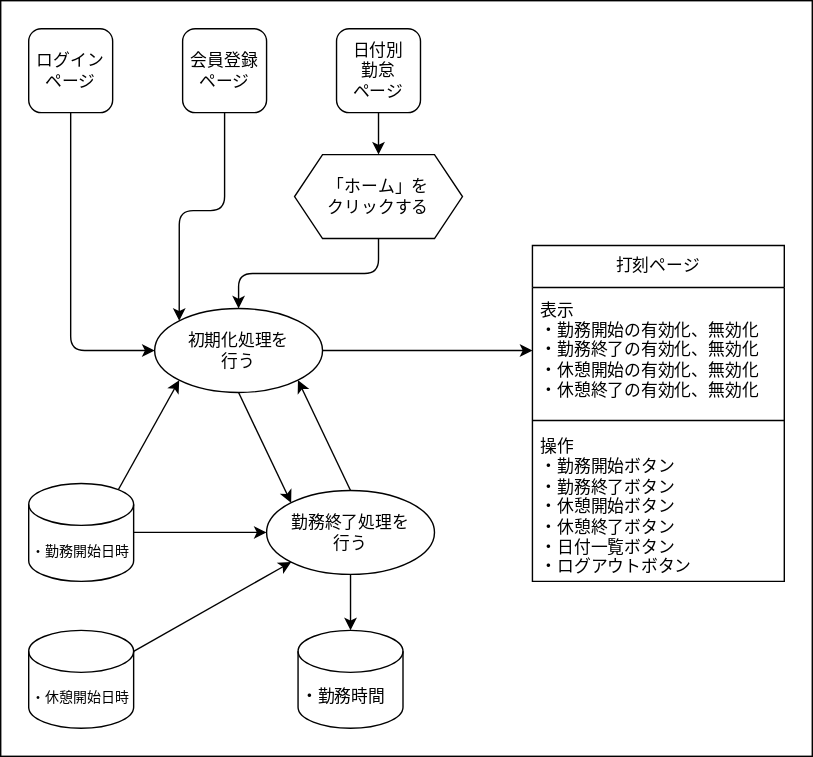
This is doc/画面遷移図/打刻ページ/打刻ページ.drawio.svg from ryamao/atte, a draw.io export, as it was before one commit. Source tidied: cells renumbered, new cells last; positions are measured from the earlier drawing's top-left corner, leaving out a move shared by most shapes.
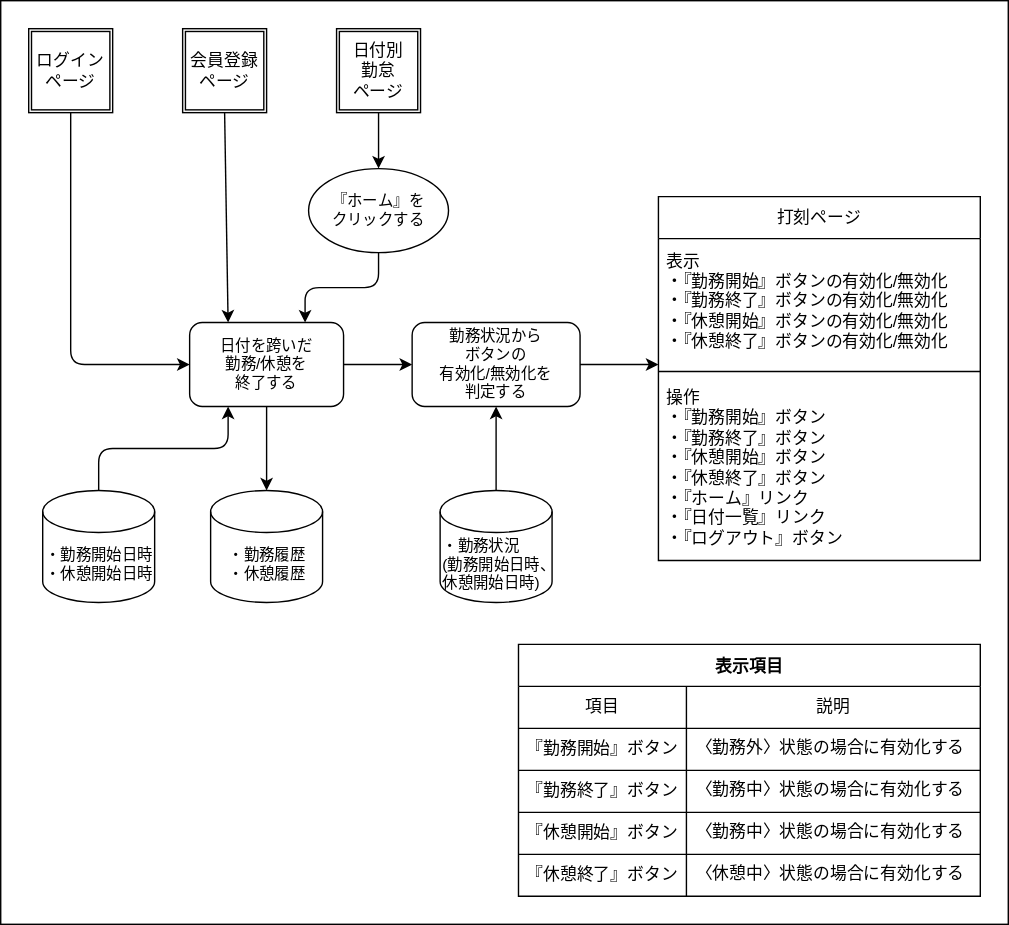
The same diagram one commit later.

Diff of the diagram source:
```diff
@@ -3,79 +3,121 @@
     <mxCell id="0" />
     <mxCell id="1" parent="0" />
     <mxCell id="2" style="rounded=0;whiteSpace=wrap;html=1;" parent="1" vertex="1">
-      <mxGeometry width="580" height="540" as="geometry" />
+      <mxGeometry width="720" height="660" as="geometry" />
     </mxCell>
-    <mxCell id="3" style="edgeStyle=none;html=1;exitX=0.5;exitY=1;exitDx=0;exitDy=0;entryX=0.5;entryY=0;entryDx=0;entryDy=0;" parent="1" edge="1" source="4" target="6">
+    <mxCell id="3" style="edgeStyle=none;html=1;exitX=0.5;exitY=1;exitDx=0;exitDy=0;entryX=0.5;entryY=0;entryDx=0;entryDy=0;" parent="1" edge="1" source="4" target="28">
       <mxGeometry relative="1" as="geometry" />
     </mxCell>
-    <mxCell id="4" value="日付別&lt;br&gt;勤怠&lt;br&gt;ページ" style="rounded=1;whiteSpace=wrap;html=1;" parent="1" vertex="1">
-      <mxGeometry x="240" y="20" width="60" height="60" as="geometry" />
-    </mxCell>
-    <mxCell id="5" style="edgeStyle=orthogonalEdgeStyle;jumpStyle=none;html=1;exitX=0.5;exitY=1;exitDx=0;exitDy=0;" parent="1" edge="1" source="6" target="9">
+    <mxCell id="5" style="edgeStyle=orthogonalEdgeStyle;jumpStyle=none;html=1;exitX=0.5;exitY=1;exitDx=0;exitDy=0;entryX=0.75;entryY=0;entryDx=0;entryDy=0;" parent="1" edge="1" source="28" target="31">
       <mxGeometry relative="1" as="geometry" />
     </mxCell>
-    <mxCell id="6" value="「ホーム」を&lt;br&gt;クリックする" style="shape=hexagon;perimeter=hexagonPerimeter2;whiteSpace=wrap;html=1;fixedSize=1;strokeWidth=1;" parent="1" vertex="1">
-      <mxGeometry x="210" y="110" width="120" height="60" as="geometry" />
-    </mxCell>
-    <mxCell id="7" style="edgeStyle=none;html=1;exitX=0.5;exitY=1;exitDx=0;exitDy=0;entryX=0;entryY=0;entryDx=0;entryDy=0;" parent="1" edge="1" source="9" target="23">
-      <mxGeometry relative="1" as="geometry" />
-    </mxCell>
-    <mxCell id="8" style="edgeStyle=none;html=1;exitX=1;exitY=0.5;exitDx=0;exitDy=0;entryX=0;entryY=0.5;entryDx=0;entryDy=0;" parent="1" edge="1" source="9" target="11">
-      <mxGeometry relative="1" as="geometry" />
-    </mxCell>
-    <mxCell id="9" value="初期化処理を&lt;br&gt;行う" style="ellipse;whiteSpace=wrap;html=1;strokeWidth=1;" parent="1" vertex="1">
-      <mxGeometry x="110" y="220" width="120" height="60" as="geometry" />
-    </mxCell>
     <mxCell id="10" value="打刻ページ" style="swimlane;fontStyle=0;horizontal=1;startSize=30;whiteSpace=wrap;html=1;flipH=1;flipV=0;" parent="1" vertex="1">
-      <mxGeometry x="380" y="175" width="180" height="240" as="geometry" />
+      <mxGeometry x="470" y="140" width="230" height="260" as="geometry" />
     </mxCell>
-    <mxCell id="11" value="表示&lt;br&gt;・勤務開始の有効化、無効化&lt;br&gt;・勤務終了の有効化、無効化&lt;br&gt;・休憩開始の有効化、無効化&lt;br&gt;・休憩終了の有効化、無効化" style="text;strokeColor=none;fillColor=none;align=left;verticalAlign=middle;spacingLeft=4;spacingRight=4;overflow=hidden;points=[[0,0.5],[1,0.5]];portConstraint=eastwest;whiteSpace=wrap;html=1;strokeWidth=0;" parent="10" vertex="1">
-      <mxGeometry y="30" width="180" height="90" as="geometry" />
+    <mxCell id="11" value="表示&lt;br&gt;・『勤務開始』ボタンの有効化/無効化&lt;br&gt;・『勤務終了』ボタンの有効化/無効化&lt;br&gt;・『休憩開始』ボタンの有効化/無効化&lt;br&gt;・『休憩終了』ボタンの有効化/無効化" style="text;strokeColor=none;fillColor=none;align=left;verticalAlign=middle;spacingLeft=4;spacingRight=4;overflow=hidden;portConstraint=eastwest;whiteSpace=wrap;html=1;strokeWidth=0;" parent="10" vertex="1">
+      <mxGeometry y="30" width="230" height="90" as="geometry" />
     </mxCell>
     <mxCell id="12" style="line;strokeWidth=1;html=1;" parent="10" vertex="1">
-      <mxGeometry y="120" width="180" height="10" as="geometry" />
+      <mxGeometry y="120" width="230" height="10" as="geometry" />
     </mxCell>
-    <mxCell id="13" value="操作&lt;br&gt;・勤務開始ボタン&lt;br&gt;・勤務終了ボタン&lt;br&gt;・休憩開始ボタン&lt;br&gt;・休憩終了ボタン&lt;br&gt;・日付一覧ボタン&lt;br&gt;・ログアウトボタン" style="text;strokeColor=none;fillColor=none;align=left;verticalAlign=top;spacingLeft=4;spacingRight=4;overflow=hidden;whiteSpace=wrap;html=1;strokeWidth=1;" parent="10" vertex="1">
-      <mxGeometry y="130" width="180" height="110" as="geometry" />
+    <mxCell id="13" value="操作&lt;br&gt;・『勤務開始』ボタン&lt;br&gt;・『勤務終了』ボタン&lt;br&gt;・『休憩開始』ボタン&lt;br&gt;・『休憩終了』ボタン&lt;br&gt;・『ホーム』リンク&lt;br&gt;・『日付一覧』リンク&lt;br&gt;・『ログアウト』ボタン" style="text;strokeColor=none;fillColor=none;align=left;verticalAlign=top;spacingLeft=4;spacingRight=4;overflow=hidden;whiteSpace=wrap;html=1;strokeWidth=1;" parent="10" vertex="1">
+      <mxGeometry y="130" width="230" height="130" as="geometry" />
     </mxCell>
-    <mxCell id="14" style="edgeStyle=orthogonalEdgeStyle;html=1;exitX=0.5;exitY=1;exitDx=0;exitDy=0;entryX=0;entryY=0.5;entryDx=0;entryDy=0;jumpStyle=none;" parent="1" edge="1" source="15" target="9">
+    <mxCell id="14" style="edgeStyle=orthogonalEdgeStyle;html=1;exitX=0.5;exitY=1;exitDx=0;exitDy=0;entryX=0;entryY=0.5;entryDx=0;entryDy=0;jumpStyle=none;" parent="1" edge="1" source="15" target="31">
       <mxGeometry relative="1" as="geometry" />
     </mxCell>
+    <mxCell id="16" style="jumpStyle=none;html=1;exitX=0.5;exitY=1;exitDx=0;exitDy=0;entryX=0.25;entryY=0;entryDx=0;entryDy=0;" parent="1" edge="1" source="17" target="31">
+      <mxGeometry relative="1" as="geometry" />
+    </mxCell>
+    <mxCell id="18" style="jumpStyle=none;html=1;exitX=0.5;exitY=0;exitDx=0;exitDy=0;exitPerimeter=0;entryX=0.25;entryY=1;entryDx=0;entryDy=0;edgeStyle=orthogonalEdgeStyle;" parent="1" edge="1" source="20" target="31">
+      <mxGeometry relative="1" as="geometry" />
+    </mxCell>
+    <mxCell id="20" value="・勤務開始日時&lt;br&gt;・休憩開始日時" style="shape=cylinder3;html=1;boundedLbl=1;backgroundOutline=1;size=15;align=center;fontSize=11;" parent="1" vertex="1">
+      <mxGeometry x="30" y="350" width="80" height="80" as="geometry" />
+    </mxCell>
+    <mxCell id="24" value="・勤務履歴&lt;br&gt;・休憩履歴" style="shape=cylinder3;html=1;boundedLbl=1;backgroundOutline=1;size=15;align=center;fontSize=11;" parent="1" vertex="1">
+      <mxGeometry x="150" y="350" width="80" height="80" as="geometry" />
+    </mxCell>
+    <mxCell id="27" style="html=1;exitX=0.5;exitY=0;exitDx=0;exitDy=0;exitPerimeter=0;entryX=0.5;entryY=1;entryDx=0;entryDy=0;fontSize=11;" parent="1" edge="1" source="26" target="33">
+      <mxGeometry relative="1" as="geometry" />
+    </mxCell>
+    <mxCell id="26" value="・勤務状況&lt;br&gt;(勤務開始日時、&lt;br&gt;休憩開始日時)" style="shape=cylinder3;html=1;boundedLbl=1;backgroundOutline=1;size=15;align=left;fontSize=11;" parent="1" vertex="1">
+      <mxGeometry x="314" y="350" width="80" height="80" as="geometry" />
+    </mxCell>
+    <mxCell id="28" value="『ホーム』を&lt;br&gt;クリックする" style="ellipse;whiteSpace=wrap;html=1;fontSize=11;" parent="1" vertex="1">
+      <mxGeometry x="220" y="120" width="100" height="60" as="geometry" />
+    </mxCell>
+    <mxCell id="29" style="edgeStyle=none;html=1;exitX=1;exitY=0.5;exitDx=0;exitDy=0;entryX=0;entryY=0.5;entryDx=0;entryDy=0;fontSize=11;" parent="1" edge="1" source="31" target="33">
+      <mxGeometry relative="1" as="geometry" />
+    </mxCell>
+    <mxCell id="30" style="edgeStyle=none;html=1;exitX=0.5;exitY=1;exitDx=0;exitDy=0;entryX=0.5;entryY=0;entryDx=0;entryDy=0;entryPerimeter=0;fontSize=11;" parent="1" edge="1" source="31" target="24">
+      <mxGeometry relative="1" as="geometry" />
+    </mxCell>
+    <mxCell id="31" value="日付を跨いだ&lt;br&gt;勤務/休憩を&lt;br&gt;終了する" style="rounded=1;whiteSpace=wrap;html=1;fontSize=11;" parent="1" vertex="1">
+      <mxGeometry x="135" y="230" width="110" height="60" as="geometry" />
+    </mxCell>
+    <mxCell id="32" style="edgeStyle=none;html=1;exitX=1;exitY=0.5;exitDx=0;exitDy=0;entryX=0;entryY=1;entryDx=0;entryDy=0;fontSize=11;" parent="1" edge="1" source="33" target="11">
+      <mxGeometry relative="1" as="geometry" />
+    </mxCell>
+    <mxCell id="33" value="勤務状況から&lt;br&gt;ボタンの&lt;br&gt;有効化/無効化を&lt;br&gt;判定する" style="rounded=1;whiteSpace=wrap;html=1;fontSize=11;" parent="1" vertex="1">
+      <mxGeometry x="294" y="230" width="120" height="60" as="geometry" />
+    </mxCell>
+    <mxCell id="34" value="表示項目" style="shape=table;startSize=30;fontStyle=1;align=center;" parent="1" vertex="1">
+      <mxGeometry x="370" y="460" width="330" height="180" as="geometry" />
+    </mxCell>
+    <mxCell id="35" style="shape=tableRow;horizontal=0;startSize=0;swimlaneHead=0;swimlaneBody=0;top=0;left=0;bottom=0;right=0;fillColor=none;" parent="34" vertex="1">
+      <mxGeometry y="30" width="330" height="30" as="geometry" />
+    </mxCell>
+    <mxCell id="36" value="項目" style="shape=partialRectangle;html=1;whiteSpace=wrap;fillColor=none;top=0;left=0;bottom=0;right=0;overflow=hidden;" parent="35" vertex="1">
+      <mxGeometry width="120" height="30" as="geometry" />
+    </mxCell>
+    <mxCell id="37" value="説明" style="shape=partialRectangle;html=1;whiteSpace=wrap;fillColor=none;top=0;left=0;bottom=0;right=0;overflow=hidden;" parent="35" vertex="1">
+      <mxGeometry x="120" width="210" height="30" as="geometry" />
+    </mxCell>
+    <mxCell id="38" style="shape=tableRow;horizontal=0;startSize=0;swimlaneHead=0;swimlaneBody=0;top=0;left=0;bottom=0;right=0;fillColor=none;" parent="34" vertex="1">
+      <mxGeometry y="60" width="330" height="30" as="geometry" />
+    </mxCell>
+    <mxCell id="39" value="『勤務開始』ボタン" style="shape=partialRectangle;html=1;whiteSpace=wrap;fillColor=none;top=0;left=0;bottom=0;right=0;overflow=hidden;" parent="38" vertex="1">
+      <mxGeometry width="120" height="30" as="geometry" />
+    </mxCell>
+    <mxCell id="40" value="〈勤務外〉状態の場合に有効化する" style="shape=partialRectangle;html=1;whiteSpace=wrap;fillColor=none;top=0;left=0;bottom=0;right=0;overflow=hidden;verticalAlign=top;align=left;spacingLeft=5;" parent="38" vertex="1">
+      <mxGeometry x="120" width="210" height="30" as="geometry" />
+    </mxCell>
+    <mxCell id="41" style="shape=tableRow;horizontal=0;startSize=0;swimlaneHead=0;swimlaneBody=0;top=0;left=0;bottom=0;right=0;fillColor=none;" parent="34" vertex="1">
+      <mxGeometry y="90" width="330" height="30" as="geometry" />
+    </mxCell>
+    <mxCell id="42" value="『勤務終了』ボタン" style="shape=partialRectangle;html=1;whiteSpace=wrap;fillColor=none;top=0;left=0;bottom=0;right=0;overflow=hidden;" parent="41" vertex="1">
+      <mxGeometry width="120" height="30" as="geometry" />
+    </mxCell>
+    <mxCell id="43" value="〈勤務中〉状態の場合に有効化する" style="shape=partialRectangle;html=1;whiteSpace=wrap;fillColor=none;top=0;left=0;bottom=0;right=0;overflow=hidden;verticalAlign=top;align=left;spacingLeft=5;" parent="41" vertex="1">
+      <mxGeometry x="120" width="210" height="30" as="geometry" />
+    </mxCell>
+    <mxCell id="44" style="shape=tableRow;horizontal=0;startSize=0;swimlaneHead=0;swimlaneBody=0;top=0;left=0;bottom=0;right=0;fillColor=none;" parent="34" vertex="1">
+      <mxGeometry y="120" width="330" height="30" as="geometry" />
+    </mxCell>
+    <mxCell id="45" value="『休憩開始』ボタン" style="shape=partialRectangle;html=1;whiteSpace=wrap;fillColor=none;top=0;left=0;bottom=0;right=0;overflow=hidden;" parent="44" vertex="1">
+      <mxGeometry width="120" height="30" as="geometry" />
+    </mxCell>
+    <mxCell id="46" value="〈勤務中〉状態の場合に有効化する" style="shape=partialRectangle;html=1;whiteSpace=wrap;fillColor=none;top=0;left=0;bottom=0;right=0;overflow=hidden;verticalAlign=top;align=left;spacingLeft=5;" parent="44" vertex="1">
+      <mxGeometry x="120" width="210" height="30" as="geometry" />
+    </mxCell>
+    <mxCell id="47" style="shape=tableRow;horizontal=0;startSize=0;swimlaneHead=0;swimlaneBody=0;top=0;left=0;bottom=0;right=0;fillColor=none;" parent="34" vertex="1">
+      <mxGeometry y="150" width="330" height="30" as="geometry" />
+    </mxCell>
+    <mxCell id="48" value="『休憩終了』ボタン" style="shape=partialRectangle;html=1;whiteSpace=wrap;fillColor=none;top=0;left=0;bottom=0;right=0;overflow=hidden;" parent="47" vertex="1">
+      <mxGeometry width="120" height="30" as="geometry" />
+    </mxCell>
+    <mxCell id="49" value="〈休憩中〉状態の場合に有効化する" style="shape=partialRectangle;html=1;whiteSpace=wrap;fillColor=none;top=0;left=0;bottom=0;right=0;overflow=hidden;verticalAlign=top;align=left;spacingLeft=5;" parent="47" vertex="1">
+      <mxGeometry x="120" width="210" height="30" as="geometry" />
+    </mxCell>
+    <mxCell id="4" value="日付別&lt;br&gt;勤怠&lt;br&gt;ページ" style="shape=ext;double=1;whiteSpace=wrap;html=1;" parent="1" vertex="1">
+      <mxGeometry x="240" y="20" width="60" height="60" as="geometry" />
+    </mxCell>
+    <mxCell id="17" value="会員登録&lt;br&gt;ページ" style="shape=ext;double=1;whiteSpace=wrap;html=1;" parent="1" vertex="1">
+      <mxGeometry x="130" y="20" width="60" height="60" as="geometry" />
+    </mxCell>
-    <mxCell id="15" value="ログイン&lt;br&gt;ページ" style="rounded=1;whiteSpace=wrap;html=1;" parent="1" vertex="1">
+    <mxCell id="15" value="ログイン&lt;br&gt;ページ" style="shape=ext;double=1;whiteSpace=wrap;html=1;" parent="1" vertex="1">
       <mxGeometry x="20" y="20" width="60" height="60" as="geometry" />
     </mxCell>
-    <mxCell id="16" style="edgeStyle=orthogonalEdgeStyle;jumpStyle=none;html=1;exitX=0.5;exitY=1;exitDx=0;exitDy=0;entryX=0;entryY=0;entryDx=0;entryDy=0;" parent="1" edge="1" source="17" target="9">
-      <mxGeometry relative="1" as="geometry" />
-    </mxCell>
-    <mxCell id="17" value="会員登録&lt;br&gt;ページ" style="rounded=1;whiteSpace=wrap;html=1;" parent="1" vertex="1">
-      <mxGeometry x="130" y="20" width="60" height="60" as="geometry" />
-    </mxCell>
-    <mxCell id="18" style="jumpStyle=none;html=1;exitX=0.855;exitY=0;exitDx=0;exitDy=4.35;exitPerimeter=0;entryX=0;entryY=1;entryDx=0;entryDy=0;" parent="1" edge="1" source="20" target="9">
-      <mxGeometry relative="1" as="geometry" />
-    </mxCell>
-    <mxCell id="19" style="edgeStyle=none;html=1;exitX=1;exitY=0.5;exitDx=0;exitDy=0;exitPerimeter=0;entryX=0;entryY=0.5;entryDx=0;entryDy=0;" parent="1" edge="1" source="20" target="23">
-      <mxGeometry relative="1" as="geometry" />
-    </mxCell>
-    <mxCell id="20" value="・勤務開始日時" style="shape=cylinder3;html=1;boundedLbl=1;backgroundOutline=1;size=15;align=left;fontSize=10;" parent="1" vertex="1">
-      <mxGeometry x="20" y="345" width="75" height="70" as="geometry" />
-    </mxCell>
-    <mxCell id="21" style="edgeStyle=none;html=1;exitX=0.5;exitY=0;exitDx=0;exitDy=0;entryX=1;entryY=1;entryDx=0;entryDy=0;" parent="1" edge="1" source="23" target="9">
-      <mxGeometry relative="1" as="geometry" />
-    </mxCell>
-    <mxCell id="22" style="edgeStyle=none;html=1;exitX=0.5;exitY=1;exitDx=0;exitDy=0;entryX=0.5;entryY=0;entryDx=0;entryDy=0;entryPerimeter=0;" parent="1" edge="1" source="23" target="24">
-      <mxGeometry relative="1" as="geometry" />
-    </mxCell>
-    <mxCell id="23" value="勤務終了処理を&lt;br&gt;行う" style="ellipse;whiteSpace=wrap;html=1;strokeWidth=1;" parent="1" vertex="1">
-      <mxGeometry x="190" y="350" width="120" height="60" as="geometry" />
-    </mxCell>
-    <mxCell id="24" value="・勤務時間" style="shape=cylinder3;html=1;boundedLbl=1;backgroundOutline=1;size=15;align=left;" parent="1" vertex="1">
-      <mxGeometry x="212.5" y="450" width="75" height="70" as="geometry" />
-    </mxCell>
-    <mxCell id="25" style="edgeStyle=none;html=1;exitX=1;exitY=0;exitDx=0;exitDy=15;exitPerimeter=0;entryX=0;entryY=1;entryDx=0;entryDy=0;fontSize=10;" parent="1" edge="1" source="26" target="23">
-      <mxGeometry relative="1" as="geometry" />
-    </mxCell>
-    <mxCell id="26" value="・休憩開始日時" style="shape=cylinder3;html=1;boundedLbl=1;backgroundOutline=1;size=15;align=left;fontSize=10;" parent="1" vertex="1">
-      <mxGeometry x="20" y="450" width="75" height="70" as="geometry" />
-    </mxCell>
   </root>
 </mxGraphModel>
```
